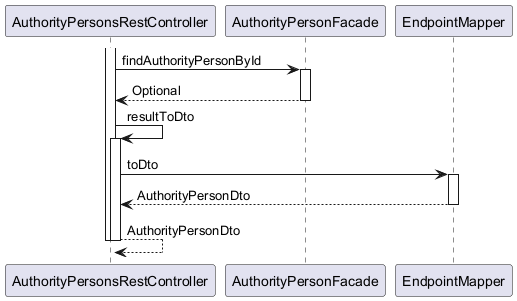
Above: ingress/documentation/html/images/Organization.AuthorityPerson.findById.puml.png.png in OlegSopilnyak/school-demo (PlantUML), before the change. Source of this version:
```plantuml
@startuml

participant AuthorityPersonsRestController
participant AuthorityPersonFacade
participant EndpointMapper

activate AuthorityPersonsRestController
	AuthorityPersonsRestController -> AuthorityPersonFacade : findAuthorityPersonById
	activate AuthorityPersonFacade
		AuthorityPersonFacade --> AuthorityPersonsRestController : Optional
	deactivate AuthorityPersonFacade
	AuthorityPersonsRestController -> AuthorityPersonsRestController : resultToDto
	activate AuthorityPersonsRestController
		AuthorityPersonsRestController -> EndpointMapper : toDto
		activate EndpointMapper
			EndpointMapper --> AuthorityPersonsRestController : AuthorityPersonDto
		deactivate EndpointMapper
		AuthorityPersonsRestController --> AuthorityPersonsRestController : AuthorityPersonDto
	deactivate AuthorityPersonsRestController
deactivate AuthorityPersonsRestController

@enduml
```
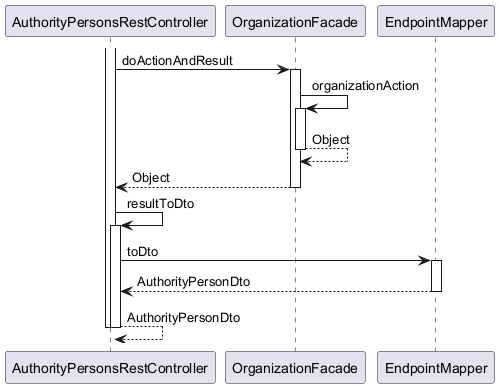
After the commit.

The edit, as a diff of the source:
```diff
@@ -1,14 +1,18 @@
 @startuml
 
 participant AuthorityPersonsRestController
-participant AuthorityPersonFacade
+participant OrganizationFacade
 participant EndpointMapper
 
 activate AuthorityPersonsRestController
-	AuthorityPersonsRestController -> AuthorityPersonFacade : findAuthorityPersonById
-	activate AuthorityPersonFacade
-		AuthorityPersonFacade --> AuthorityPersonsRestController : Optional
-	deactivate AuthorityPersonFacade
+	AuthorityPersonsRestController -> OrganizationFacade : doActionAndResult
+	activate OrganizationFacade
+		OrganizationFacade -> OrganizationFacade : organizationAction
+		activate OrganizationFacade
+			OrganizationFacade --> OrganizationFacade : Object
+		deactivate OrganizationFacade
+		OrganizationFacade --> AuthorityPersonsRestController : Object
+	deactivate OrganizationFacade
 	AuthorityPersonsRestController -> AuthorityPersonsRestController : resultToDto
 	activate AuthorityPersonsRestController
 		AuthorityPersonsRestController -> EndpointMapper : toDto
```
